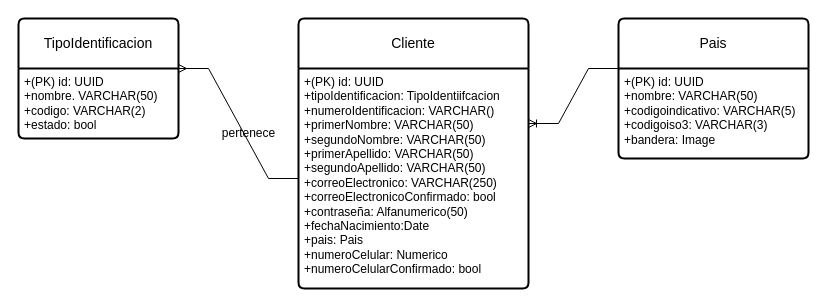
Above: page "MER Cliente" (15 of 16) of Restaurante_Disenio.drawio in andrescardo98/doo (draw.io), before the change. Source tidied: cells renumbered, new cells numbered last; positions are measured from the earlier drawing's top-left corner, leaving out a move shared by most shapes. Both pictures are drawn from the tidied source at 100%, with x=0, y=0 at pixel (18, 18).
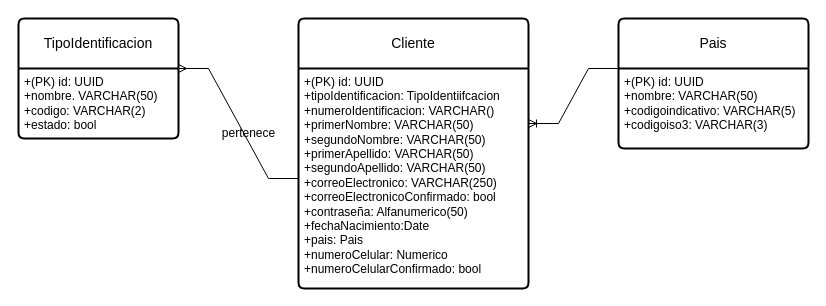
The same diagram, later.

The edit, as a diff of the source:
```diff
@@
 <mxGraphModel>
   <root>
     <mxCell id="0" />
     <mxCell id="1" parent="0" />
     <mxCell id="2" value="Cliente" style="swimlane;horizontal=1;startSize=50;rounded=1;fontSize=14;fontStyle=0;strokeWidth=2;shadow=0;dashed=0;align=center;arcSize=4;whiteSpace=wrap;html=1;" parent="1" vertex="1">
       <mxGeometry x="280" width="230" height="270" as="geometry" />
     </mxCell>
     <mxCell id="3" value="+(PK)&amp;nbsp;id: UUID&lt;br&gt;+tipoIdentificacion: TipoIdentiifcacion&lt;br&gt;+numeroIdentificacion: VARCHAR()&lt;br&gt;+primerNombre: VARCHAR(50)&lt;br&gt;+segundoNombre: VARCHAR(50)&lt;br&gt;+primerApellido: VARCHAR(50)&lt;br&gt;+segundoApellido: VARCHAR(50)&lt;br&gt;+correoElectronico: VARCHAR(250)&lt;br&gt;+correoElectronicoConfirmado: bool&lt;br&gt;+contraseña: Alfanumerico(50)&lt;br&gt;+fechaNacimiento:Date&lt;br&gt;+pais: Pais&lt;br&gt;+numeroCelular: Numerico&lt;br&gt;+numeroCelularConfirmado: bool" style="align=left;strokeColor=none;fillColor=none;spacingLeft=4;fontSize=12;verticalAlign=top;html=1;" parent="2" vertex="1">
       <mxGeometry y="50" width="230" height="220" as="geometry" />
     </mxCell>
     <mxCell id="4" value="TipoIdentificacion" style="swimlane;horizontal=1;startSize=50;rounded=1;fontSize=14;fontStyle=0;strokeWidth=2;shadow=0;dashed=0;align=center;arcSize=4;whiteSpace=wrap;html=1;" parent="1" vertex="1">
       <mxGeometry width="160" height="120" as="geometry" />
     </mxCell>
     <mxCell id="5" value="+(PK) id: UUID&lt;br&gt;+nombre. VARCHAR(50)&lt;br&gt;+codigo: VARCHAR(2)&lt;br&gt;+estado: bool" style="align=left;strokeColor=none;fillColor=none;spacingLeft=4;fontSize=12;verticalAlign=top;html=1;" parent="4" vertex="1">
       <mxGeometry y="50" width="160" height="70" as="geometry" />
     </mxCell>
     <mxCell id="6" value="Pais" style="swimlane;horizontal=1;startSize=50;rounded=1;fontSize=14;fontStyle=0;strokeWidth=2;shadow=0;dashed=0;align=center;arcSize=4;whiteSpace=wrap;html=1;" parent="1" vertex="1">
-      <mxGeometry x="600" width="190" height="140" as="geometry" />
+      <mxGeometry x="600" width="190" height="130" as="geometry" />
     </mxCell>
-    <mxCell id="7" value="+(PK)&amp;nbsp;id: UUID&lt;br&gt;+nombre: VARCHAR(50)&lt;br&gt;+codigoindicativo: VARCHAR(5)&lt;br&gt;+codigoiso3: VARCHAR(3)&lt;br&gt;+bandera: Image" style="align=left;strokeColor=none;fillColor=none;spacingLeft=4;fontSize=12;verticalAlign=top;html=1;" parent="6" vertex="1">
-      <mxGeometry y="50" width="190" height="90" as="geometry" />
+    <mxCell id="7" value="+(PK)&amp;nbsp;id: UUID&lt;br&gt;+nombre: VARCHAR(50)&lt;br&gt;+codigoindicativo: VARCHAR(5)&lt;br&gt;+codigoiso3: VARCHAR(3)" style="align=left;strokeColor=none;fillColor=none;spacingLeft=4;fontSize=12;verticalAlign=top;html=1;" parent="6" vertex="1">
+      <mxGeometry y="50" width="190" height="80" as="geometry" />
     </mxCell>
     <mxCell id="8" style="edgeStyle=entityRelationEdgeStyle;fontSize=12;html=1;endArrow=ERmany;rounded=0;entryX=1;entryY=0;entryDx=0;entryDy=0;exitX=0;exitY=0.5;exitDx=0;exitDy=0;" parent="1" edge="1" source="3" target="5">
       <mxGeometry relative="1" as="geometry" />
     </mxCell>
     <mxCell id="9" value="pertenece" style="text;html=1;align=center;verticalAlign=middle;strokeColor=none;fillColor=none;" parent="1" vertex="1">
       <mxGeometry x="190" y="100" width="80" height="30" as="geometry" />
     </mxCell>
     <mxCell id="10" style="edgeStyle=entityRelationEdgeStyle;fontSize=12;html=1;endArrow=ERoneToMany;rounded=0;entryX=1;entryY=0.25;entryDx=0;entryDy=0;exitX=0;exitY=0;exitDx=0;exitDy=0;" parent="1" edge="1" source="7" target="3">
       <mxGeometry relative="1" as="geometry" />
     </mxCell>
   </root>
 </mxGraphModel>
```
